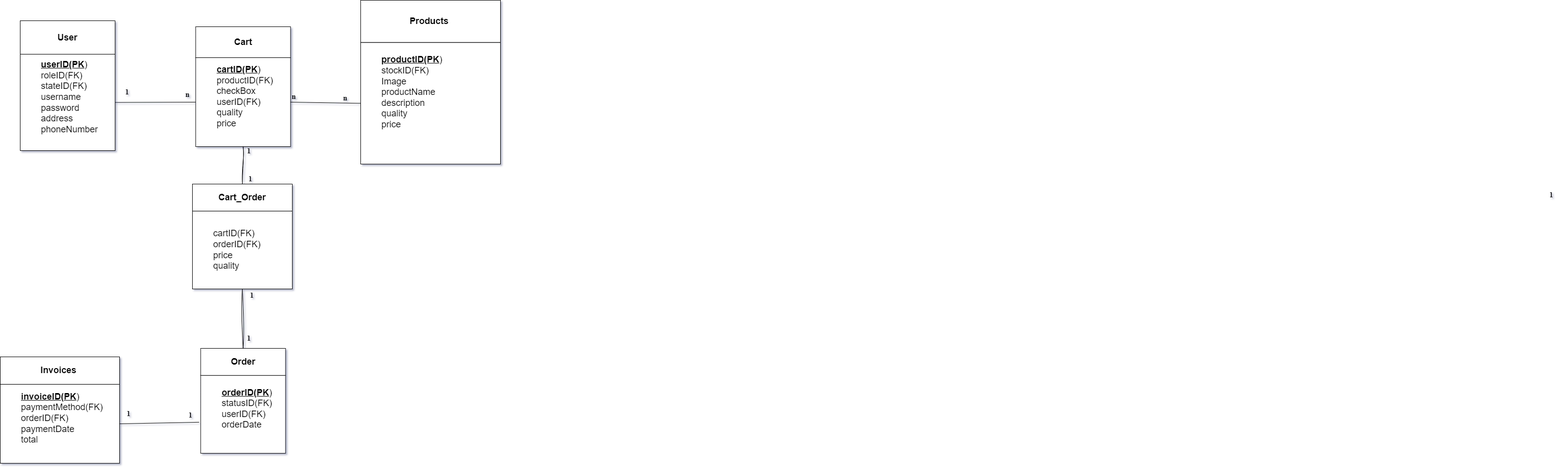
Before: DuAn4.drawio.png, a diagram exported from draw.io (PhamThom129D/JDBC). Source tidied: cells renumbered, new cells last; positions are measured from the earlier drawing's top-left corner, leaving out a move shared by most shapes.
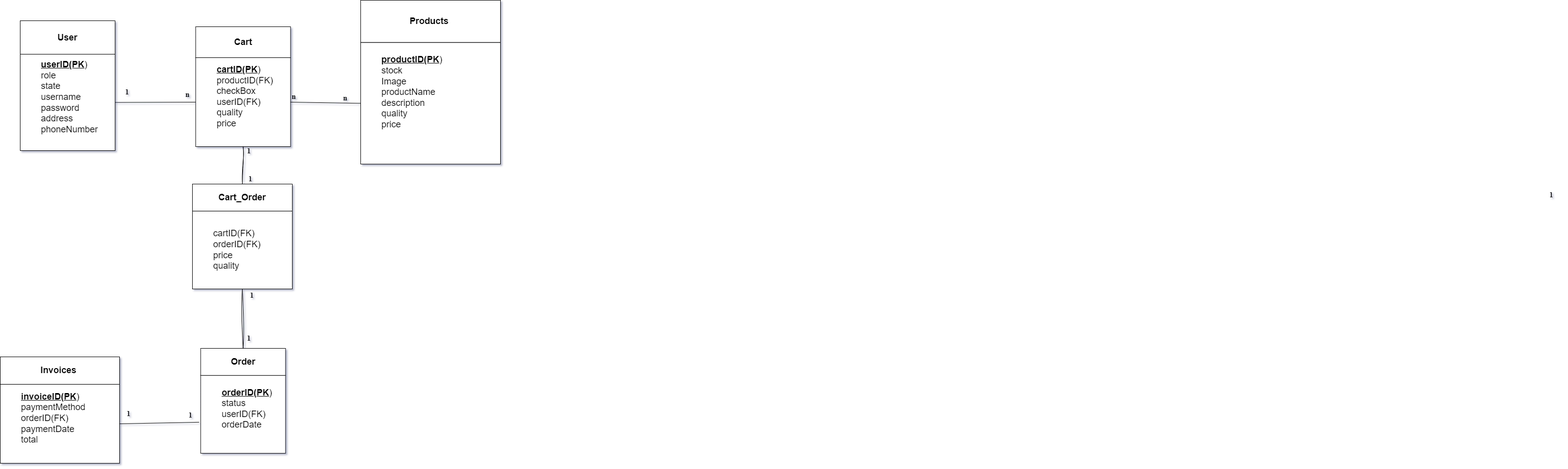
The same file after the commit.

Commit message:
Cập nhật DuAn4.drawio.png

The edit, as a diff of the source:
```diff
@@ -8,7 +8,7 @@
     <mxCell id="3" value="&lt;h2&gt;User&lt;/h2&gt;" style="rounded=0;whiteSpace=wrap;html=1;align=center;labelBackgroundColor=none;" parent="2" vertex="1">
       <mxGeometry width="190" height="67.1" as="geometry" />
     </mxCell>
-    <mxCell id="4" value="&lt;blockquote style=&quot;margin: 0px 0px 0px 40px; border: none; padding: 0px; font-size: 18px;&quot;&gt;&lt;u&gt;&lt;b&gt;userID(PK&lt;/b&gt;&lt;/u&gt;)&lt;/blockquote&gt;&lt;blockquote style=&quot;margin: 0px 0px 0px 40px; border: none; padding: 0px; font-size: 18px;&quot;&gt;&lt;span style=&quot;background-color: initial;&quot;&gt;roleID(FK)&lt;/span&gt;&lt;/blockquote&gt;&lt;blockquote style=&quot;margin: 0px 0px 0px 40px; border: none; padding: 0px; font-size: 18px;&quot;&gt;&lt;span style=&quot;background-color: initial;&quot;&gt;stateID(FK)&lt;/span&gt;&lt;/blockquote&gt;&lt;blockquote style=&quot;margin: 0px 0px 0px 40px; border: none; padding: 0px; font-size: 18px;&quot;&gt;username&lt;br&gt;password&lt;br&gt;address&lt;br&gt;phoneNumber&lt;br&gt;&lt;br&gt;&lt;/blockquote&gt;" style="rounded=0;whiteSpace=wrap;html=1;align=left;labelPosition=center;verticalLabelPosition=middle;verticalAlign=middle;labelBackgroundColor=none;" parent="2" vertex="1">
+    <mxCell id="4" value="&lt;blockquote style=&quot;margin: 0px 0px 0px 40px; border: none; padding: 0px; font-size: 18px;&quot;&gt;&lt;u&gt;&lt;b&gt;userID(PK&lt;/b&gt;&lt;/u&gt;)&lt;/blockquote&gt;&lt;blockquote style=&quot;margin: 0px 0px 0px 40px; border: none; padding: 0px; font-size: 18px;&quot;&gt;&lt;span style=&quot;background-color: initial;&quot;&gt;role&lt;/span&gt;&lt;/blockquote&gt;&lt;blockquote style=&quot;margin: 0px 0px 0px 40px; border: none; padding: 0px; font-size: 18px;&quot;&gt;&lt;span style=&quot;background-color: initial;&quot;&gt;state&lt;/span&gt;&lt;/blockquote&gt;&lt;blockquote style=&quot;margin: 0px 0px 0px 40px; border: none; padding: 0px; font-size: 18px;&quot;&gt;username&lt;br&gt;password&lt;br&gt;address&lt;br&gt;phoneNumber&lt;br&gt;&lt;br&gt;&lt;/blockquote&gt;" style="rounded=0;whiteSpace=wrap;html=1;align=left;labelPosition=center;verticalLabelPosition=middle;verticalAlign=middle;labelBackgroundColor=none;" parent="2" vertex="1">
       <mxGeometry y="67.1" width="190" height="192.9" as="geometry" />
     </mxCell>
     <mxCell id="5" style="group;verticalAlign=bottom;align=center;labelPosition=center;verticalLabelPosition=top;textDirection=ltr;rounded=0;labelBackgroundColor=none;" parent="1" vertex="1">
@@ -17,7 +17,7 @@
     <mxCell id="6" value="&lt;h2&gt;Products&amp;nbsp;&lt;/h2&gt;" style="rounded=0;whiteSpace=wrap;html=1;align=center;labelBackgroundColor=none;" parent="5" vertex="1">
       <mxGeometry width="280" height="84.6" as="geometry" />
     </mxCell>
-    <mxCell id="7" value="&lt;blockquote style=&quot;margin: 0px 0px 0px 40px; border: none; padding: 0px; font-size: 18px;&quot;&gt;&lt;u&gt;&lt;b&gt;productID(PK&lt;/b&gt;&lt;/u&gt;)&lt;/blockquote&gt;&lt;blockquote style=&quot;margin: 0px 0px 0px 40px; border: none; padding: 0px; font-size: 18px;&quot;&gt;stockID(FK)&lt;br&gt;&lt;/blockquote&gt;&lt;blockquote style=&quot;margin: 0px 0px 0px 40px; border: none; padding: 0px; font-size: 18px;&quot;&gt;Image&lt;br&gt;productName&lt;/blockquote&gt;&lt;blockquote style=&quot;margin: 0px 0px 0px 40px; border: none; padding: 0px;&quot;&gt;&lt;span style=&quot;font-size: 18px;&quot;&gt;description&lt;/span&gt;&lt;br&gt;&lt;span style=&quot;font-size: 18px;&quot;&gt;quality&amp;nbsp;&lt;/span&gt;&lt;br&gt;&lt;span style=&quot;font-size: 18px;&quot;&gt;price&amp;nbsp;&lt;/span&gt;&lt;/blockquote&gt;&lt;blockquote style=&quot;margin: 0px 0px 0px 40px; border: none; padding: 0px; font-size: 18px;&quot;&gt;&lt;br&gt;&lt;br&gt;&lt;/blockquote&gt;" style="rounded=0;whiteSpace=wrap;html=1;align=left;labelPosition=center;verticalLabelPosition=middle;verticalAlign=middle;labelBackgroundColor=none;" parent="5" vertex="1">
+    <mxCell id="7" value="&lt;blockquote style=&quot;margin: 0px 0px 0px 40px; border: none; padding: 0px; font-size: 18px;&quot;&gt;&lt;u&gt;&lt;b&gt;productID(PK&lt;/b&gt;&lt;/u&gt;)&lt;/blockquote&gt;&lt;blockquote style=&quot;margin: 0px 0px 0px 40px; border: none; padding: 0px; font-size: 18px;&quot;&gt;stock&lt;br&gt;&lt;/blockquote&gt;&lt;blockquote style=&quot;margin: 0px 0px 0px 40px; border: none; padding: 0px; font-size: 18px;&quot;&gt;Image&lt;br&gt;productName&lt;/blockquote&gt;&lt;blockquote style=&quot;margin: 0px 0px 0px 40px; border: none; padding: 0px;&quot;&gt;&lt;span style=&quot;font-size: 18px;&quot;&gt;description&lt;/span&gt;&lt;br&gt;&lt;span style=&quot;font-size: 18px;&quot;&gt;quality&amp;nbsp;&lt;/span&gt;&lt;br&gt;&lt;span style=&quot;font-size: 18px;&quot;&gt;price&amp;nbsp;&lt;/span&gt;&lt;/blockquote&gt;&lt;blockquote style=&quot;margin: 0px 0px 0px 40px; border: none; padding: 0px; font-size: 18px;&quot;&gt;&lt;br&gt;&lt;br&gt;&lt;/blockquote&gt;" style="rounded=0;whiteSpace=wrap;html=1;align=left;labelPosition=center;verticalLabelPosition=middle;verticalAlign=middle;labelBackgroundColor=none;" parent="5" vertex="1">
       <mxGeometry y="84.6" width="280" height="243.4" as="geometry" />
     </mxCell>
     <mxCell id="8" style="group;verticalAlign=bottom;align=center;labelPosition=center;verticalLabelPosition=top;textDirection=ltr;rounded=0;labelBackgroundColor=none;" parent="1" vertex="1">
@@ -35,7 +35,7 @@
     <mxCell id="12" value="&lt;h2&gt;Order&lt;/h2&gt;" style="rounded=0;whiteSpace=wrap;html=1;align=center;labelBackgroundColor=none;" parent="11" vertex="1">
       <mxGeometry width="170" height="54.2" as="geometry" />
     </mxCell>
-    <mxCell id="13" value="&lt;blockquote style=&quot;margin: 0px 0px 0px 40px; border: none; padding: 0px; font-size: 18px;&quot;&gt;&lt;u&gt;&lt;b&gt;orderID(PK&lt;/b&gt;&lt;/u&gt;)&lt;br&gt;&lt;span style=&quot;background-color: initial;&quot;&gt;statusID(FK)&lt;/span&gt;&lt;br&gt;&lt;/blockquote&gt;&lt;blockquote style=&quot;margin: 0px 0px 0px 40px; border: none; padding: 0px; font-size: 18px;&quot;&gt;userID(FK)&lt;/blockquote&gt;&lt;blockquote style=&quot;margin: 0px 0px 0px 40px; border: none; padding: 0px; font-size: 18px;&quot;&gt;orderDate&lt;br&gt;&lt;/blockquote&gt;&lt;blockquote style=&quot;margin: 0px 0px 0px 40px; border: none; padding: 0px; font-size: 18px;&quot;&gt;&lt;br&gt;&lt;/blockquote&gt;" style="rounded=0;whiteSpace=wrap;html=1;align=left;labelPosition=center;verticalLabelPosition=middle;verticalAlign=middle;labelBackgroundColor=none;" parent="11" vertex="1">
+    <mxCell id="13" value="&lt;blockquote style=&quot;margin: 0px 0px 0px 40px; border: none; padding: 0px; font-size: 18px;&quot;&gt;&lt;u&gt;&lt;b&gt;orderID(PK&lt;/b&gt;&lt;/u&gt;)&lt;br&gt;&lt;span style=&quot;background-color: initial;&quot;&gt;status&lt;/span&gt;&lt;br&gt;&lt;/blockquote&gt;&lt;blockquote style=&quot;margin: 0px 0px 0px 40px; border: none; padding: 0px; font-size: 18px;&quot;&gt;userID(FK)&lt;/blockquote&gt;&lt;blockquote style=&quot;margin: 0px 0px 0px 40px; border: none; padding: 0px; font-size: 18px;&quot;&gt;orderDate&lt;br&gt;&lt;/blockquote&gt;&lt;blockquote style=&quot;margin: 0px 0px 0px 40px; border: none; padding: 0px; font-size: 18px;&quot;&gt;&lt;br&gt;&lt;/blockquote&gt;" style="rounded=0;whiteSpace=wrap;html=1;align=left;labelPosition=center;verticalLabelPosition=middle;verticalAlign=middle;labelBackgroundColor=none;" parent="11" vertex="1">
       <mxGeometry y="54.2" width="170" height="155.8" as="geometry" />
     </mxCell>
     <mxCell id="14" style="group;verticalAlign=bottom;align=center;labelPosition=center;verticalLabelPosition=top;textDirection=ltr;rounded=0;labelBackgroundColor=none;" parent="1" vertex="1">
@@ -44,7 +44,7 @@
     <mxCell id="15" value="&lt;h2&gt;Invoices&amp;nbsp;&lt;/h2&gt;" style="rounded=0;whiteSpace=wrap;html=1;align=center;labelBackgroundColor=none;" parent="14" vertex="1">
       <mxGeometry width="239" height="55" as="geometry" />
     </mxCell>
-    <mxCell id="16" value="&lt;blockquote style=&quot;margin: 0px 0px 0px 40px; border: none; padding: 0px; font-size: 18px;&quot;&gt;&lt;u&gt;&lt;b&gt;invoiceID(PK&lt;/b&gt;&lt;/u&gt;)&lt;/blockquote&gt;&lt;blockquote style=&quot;margin: 0px 0px 0px 40px; border: none; padding: 0px; font-size: 18px;&quot;&gt;&lt;span style=&quot;background-color: initial;&quot;&gt;paymentMethod(FK)&lt;/span&gt;&lt;/blockquote&gt;&lt;blockquote style=&quot;margin: 0px 0px 0px 40px; border: none; padding: 0px; font-size: 18px;&quot;&gt;&lt;span style=&quot;background-color: initial;&quot;&gt;orderID(FK)&lt;/span&gt;&lt;/blockquote&gt;&lt;blockquote style=&quot;margin: 0px 0px 0px 40px; border: none; padding: 0px; font-size: 18px;&quot;&gt;paymentDate&lt;/blockquote&gt;&lt;blockquote style=&quot;margin: 0px 0px 0px 40px; border: none; padding: 0px; font-size: 18px;&quot;&gt;total&lt;/blockquote&gt;&lt;blockquote style=&quot;margin: 0px 0px 0px 40px; border: none; padding: 0px; font-size: 18px;&quot;&gt;&lt;br&gt;&lt;/blockquote&gt;" style="rounded=0;whiteSpace=wrap;html=1;align=left;labelPosition=center;verticalLabelPosition=middle;verticalAlign=middle;labelBackgroundColor=none;" parent="14" vertex="1">
+    <mxCell id="16" value="&lt;blockquote style=&quot;margin: 0px 0px 0px 40px; border: none; padding: 0px; font-size: 18px;&quot;&gt;&lt;u&gt;&lt;b&gt;invoiceID(PK&lt;/b&gt;&lt;/u&gt;)&lt;/blockquote&gt;&lt;blockquote style=&quot;margin: 0px 0px 0px 40px; border: none; padding: 0px; font-size: 18px;&quot;&gt;&lt;span style=&quot;background-color: initial;&quot;&gt;paymentMethod&lt;/span&gt;&lt;/blockquote&gt;&lt;blockquote style=&quot;margin: 0px 0px 0px 40px; border: none; padding: 0px; font-size: 18px;&quot;&gt;&lt;span style=&quot;background-color: initial;&quot;&gt;orderID(FK)&lt;/span&gt;&lt;/blockquote&gt;&lt;blockquote style=&quot;margin: 0px 0px 0px 40px; border: none; padding: 0px; font-size: 18px;&quot;&gt;paymentDate&lt;/blockquote&gt;&lt;blockquote style=&quot;margin: 0px 0px 0px 40px; border: none; padding: 0px; font-size: 18px;&quot;&gt;total&lt;/blockquote&gt;&lt;blockquote style=&quot;margin: 0px 0px 0px 40px; border: none; padding: 0px; font-size: 18px;&quot;&gt;&lt;br&gt;&lt;/blockquote&gt;" style="rounded=0;whiteSpace=wrap;html=1;align=left;labelPosition=center;verticalLabelPosition=middle;verticalAlign=middle;labelBackgroundColor=none;" parent="14" vertex="1">
       <mxGeometry y="55" width="239" height="158" as="geometry" />
     </mxCell>
     <mxCell id="17" style="group;verticalAlign=bottom;align=center;labelPosition=center;verticalLabelPosition=top;textDirection=ltr;rounded=0;labelBackgroundColor=none;" parent="1" vertex="1">
```
